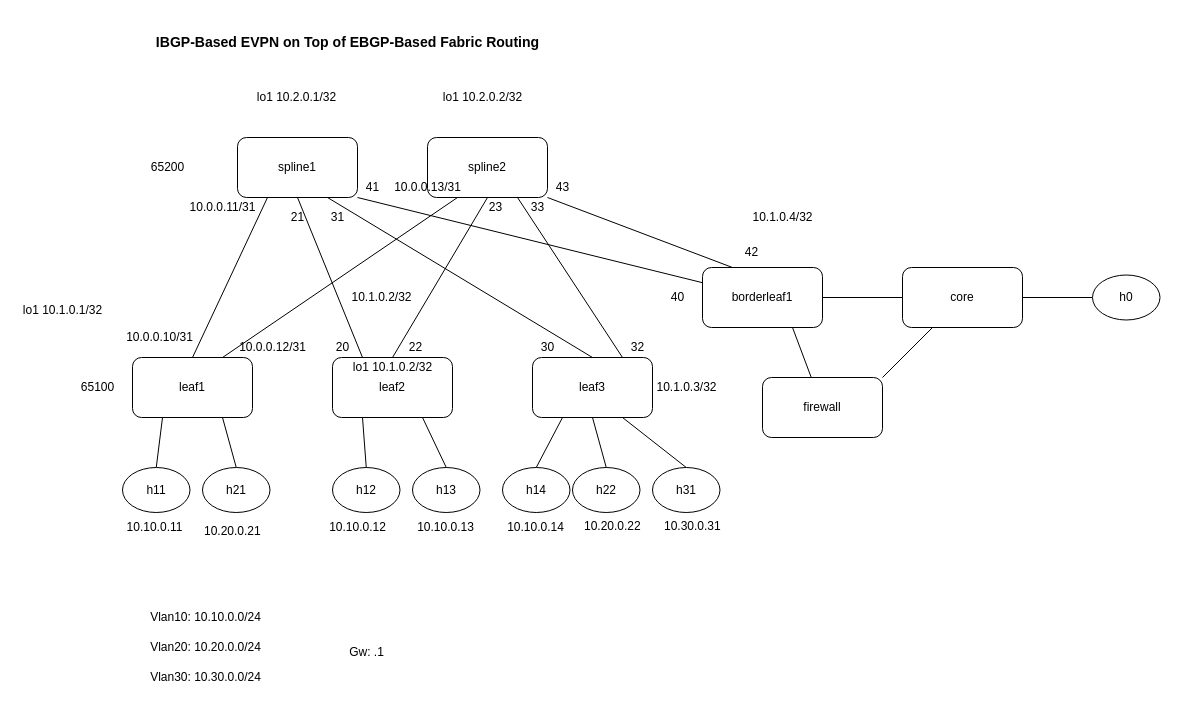
The draw.io diagram vxlanevpnlab.drawio in jmanteau/evpn-frr-containerlab, before the edit. Source tidied: cells renumbered, new cells numbered last; positions are measured from the earlier drawing's top-left corner, leaving out a move shared by most shapes. Both pictures are drawn from the tidied source at 100%, with x=0, y=0 at pixel (17, 17).
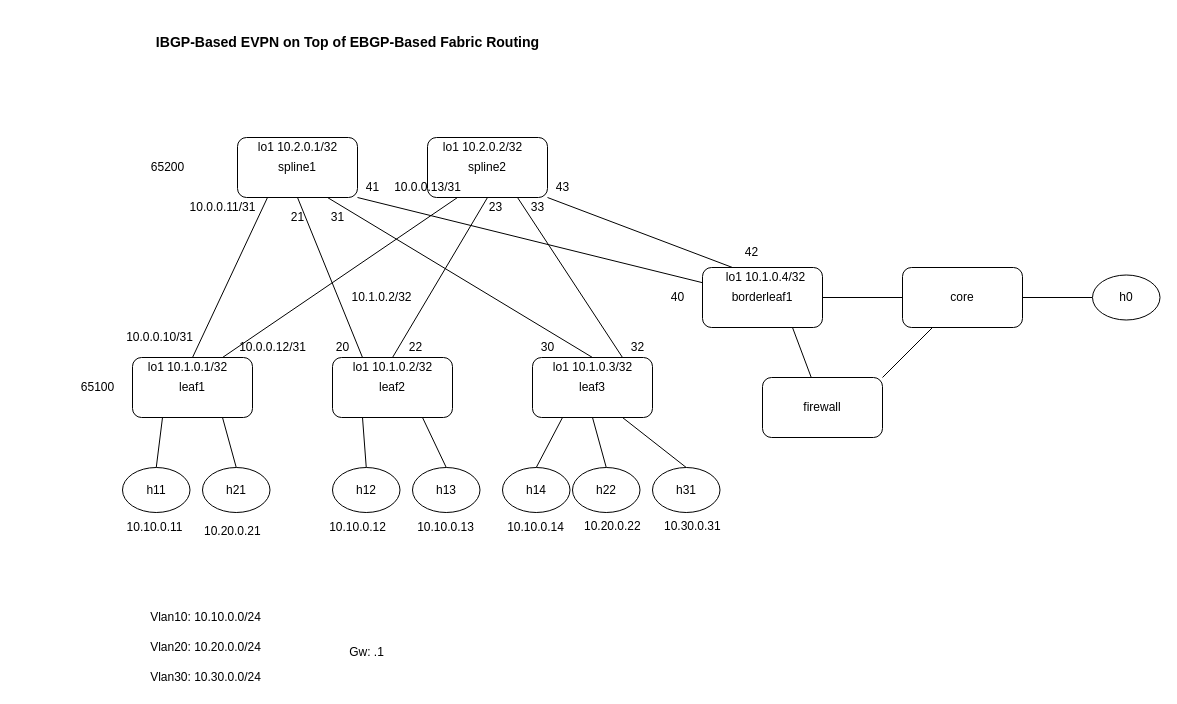
After the change.

Diff of the diagram source:
```diff
@@
     <mxCell id="67" value="lo1 10.1.0.1/32" style="text;html=1;align=center;verticalAlign=middle;" parent="1" vertex="1">
-      <mxGeometry y="282.5" width="90" height="20" as="geometry" />
+      <mxGeometry x="125" y="340" width="90" height="20" as="geometry" />
     </mxCell>
@@
-    <mxCell id="69" value="10.1.0.3/32" style="text;html=1;align=center;verticalAlign=middle;" parent="1" vertex="1">
-      <mxGeometry x="628.8" y="360" width="80" height="20" as="geometry" />
-    </mxCell>
-    <mxCell id="70" value="10.1.0.4/32" style="text;html=1;align=center;verticalAlign=middle;" parent="1" vertex="1">
-      <mxGeometry x="725" y="190" width="80" height="20" as="geometry" />
-    </mxCell>
     <mxCell id="71" value="lo1 10.2.0.1/32" style="text;html=1;align=center;verticalAlign=middle;" parent="1" vertex="1">
-      <mxGeometry x="234" y="70" width="90" height="20" as="geometry" />
+      <mxGeometry x="235" y="120" width="90" height="20" as="geometry" />
     </mxCell>
@@
     <mxCell id="73" value="lo1 10.2.0.2/32" style="text;html=1;align=center;verticalAlign=middle;" parent="1" vertex="1">
-      <mxGeometry x="420" y="70" width="90" height="20" as="geometry" />
+      <mxGeometry x="420" y="120" width="90" height="20" as="geometry" />
     </mxCell>
+    <mxCell id="74" value="lo1 10.1.0.3/32" style="text;html=1;align=center;verticalAlign=middle;" parent="1" vertex="1">
+      <mxGeometry x="530" y="340" width="90" height="20" as="geometry" />
+    </mxCell>
+    <mxCell id="75" value="lo1 10.1.0.4/32" style="text;html=1;align=center;verticalAlign=middle;" parent="1" vertex="1">
+      <mxGeometry x="702.5" y="250" width="90" height="20" as="geometry" />
+    </mxCell>
```
